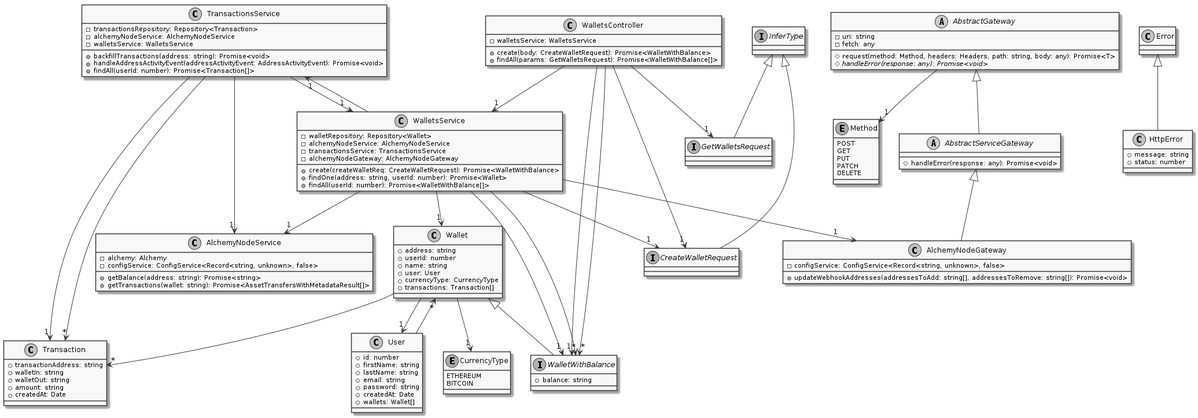
Before: packages/docs/diagrams/generated/class_diagram_eth-edge_wallets.png, a diagram exported from PlantUML (SOEN-490-Capstone/Cryptify).
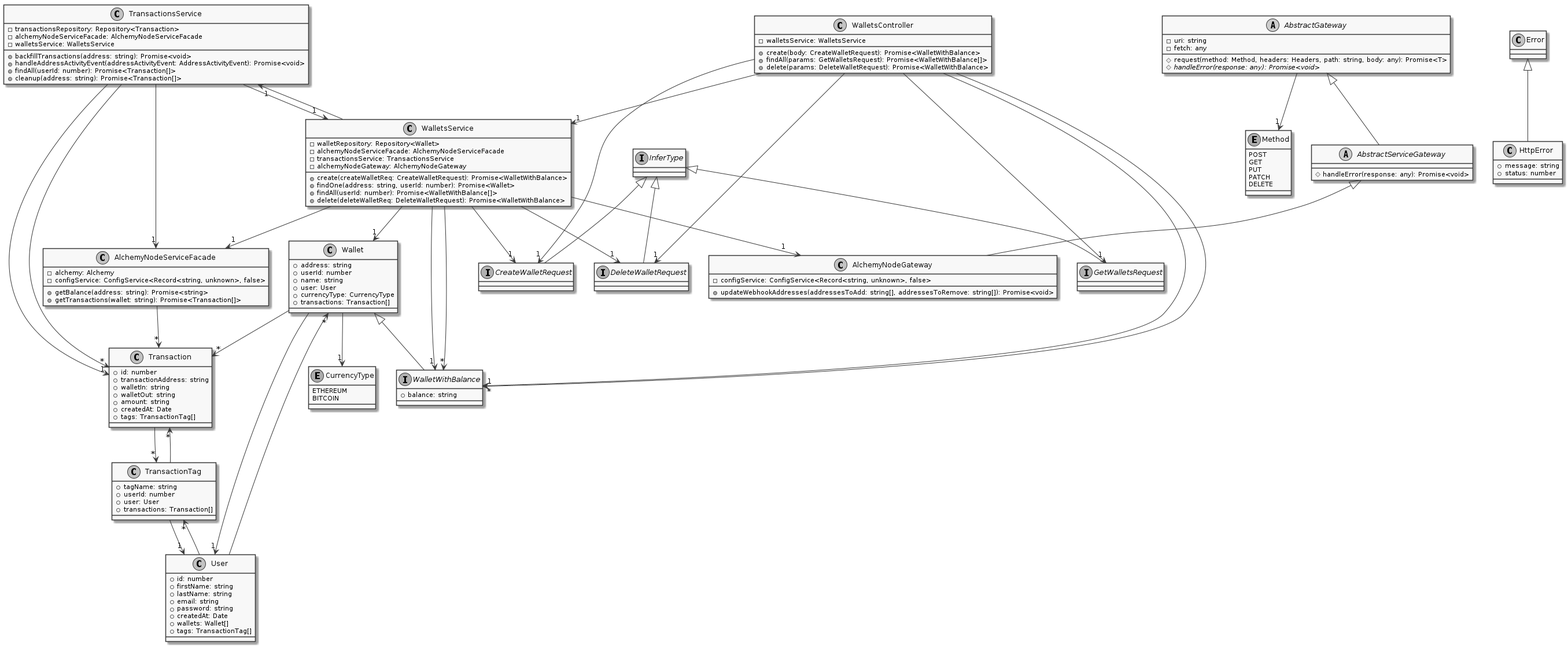
The same file after the commit.

The edit, as a diff of the source:
```diff
@@ -5,6 +5,21 @@
     BITCOIN
 }
 interface CreateWalletRequest extends InferType
+class Transaction {
+    +id: number
+    +transactionAddress: string
+    +walletIn: string
+    +walletOut: string
+    +amount: string
+    +createdAt: Date
+    +tags: TransactionTag[]
+}
+class TransactionTag {
+    +tagName: string
+    +userId: number
+    +user: User
+    +transactions: Transaction[]
+}
 class User {
     +id: number
     +firstName: string
@@ -13,13 +28,7 @@
     +password: string
     +createdAt: Date
     +wallets: Wallet[]
-}
-class Transaction {
-    +transactionAddress: string
-    +walletIn: string
-    +walletOut: string
-    +amount: string
-    +createdAt: Date
+    +tags: TransactionTag[]
 }
 class Wallet {
     +address: string
@@ -29,22 +38,23 @@
     +currencyType: CurrencyType
     +transactions: Transaction[]
 }
-class AlchemyNodeService {
+class AlchemyNodeServiceFacade {
     -alchemy: Alchemy
     -configService: ConfigService<Record<string, unknown>, false>
     +getBalance(address: string): Promise<string>
-    +getTransactions(wallet: string): Promise<AssetTransfersWithMetadataResult[]>
+    +getTransactions(wallet: string): Promise<Transaction[]>
 }
 interface WalletWithBalance extends Wallet {
     +balance: string
 }
 class TransactionsService {
     -transactionsRepository: Repository<Transaction>
-    -alchemyNodeService: AlchemyNodeService
+    -alchemyNodeServiceFacade: AlchemyNodeServiceFacade
     -walletsService: WalletsService
     +backfillTransactions(address: string): Promise<void>
     +handleAddressActivityEvent(addressActivityEvent: AddressActivityEvent): Promise<void>
     +findAll(userId: number): Promise<Transaction[]>
+    +cleanup(address: string): Promise<Transaction[]>
 }
 abstract class AbstractGateway {
     -uri: string
@@ -70,40 +80,50 @@
     -configService: ConfigService<Record<string, unknown>, false>
     +updateWebhookAddresses(addressesToAdd: string[], addressesToRemove: string[]): Promise<void>
 }
+interface DeleteWalletRequest extends InferType
 class WalletsService {
     -walletRepository: Repository<Wallet>
-    -alchemyNodeService: AlchemyNodeService
+    -alchemyNodeServiceFacade: AlchemyNodeServiceFacade
     -transactionsService: TransactionsService
     -alchemyNodeGateway: AlchemyNodeGateway
     +create(createWalletReq: CreateWalletRequest): Promise<WalletWithBalance>
     +findOne(address: string, userId: number): Promise<Wallet>
     +findAll(userId: number): Promise<WalletWithBalance[]>
+    +delete(deleteWalletReq: DeleteWalletRequest): Promise<WalletWithBalance>
 }
 interface GetWalletsRequest extends InferType
 class WalletsController {
     -walletsService: WalletsService
     +create(body: CreateWalletRequest): Promise<WalletWithBalance>
     +findAll(params: GetWalletsRequest): Promise<WalletWithBalance[]>
+    +delete(params: DeleteWalletRequest): Promise<WalletWithBalance>
 }
+Transaction --> "*" TransactionTag
+TransactionTag --> "1" User
+TransactionTag --> "*" Transaction
 User --> "*" Wallet
+User --> "*" TransactionTag
 Wallet --> "1" User
 Wallet --> "1" CurrencyType
 Wallet --> "*" Transaction
+AlchemyNodeServiceFacade --> "*" Transaction
 TransactionsService --> "1" Transaction
-TransactionsService --> "1" AlchemyNodeService
+TransactionsService --> "1" AlchemyNodeServiceFacade
 TransactionsService --> "1" WalletsService
 TransactionsService --> "*" Transaction
 AbstractGateway --> "1" Method
 WalletsService --> "1" Wallet
-WalletsService --> "1" AlchemyNodeService
+WalletsService --> "1" AlchemyNodeServiceFacade
 WalletsService --> "1" TransactionsService
 WalletsService --> "1" AlchemyNodeGateway
 WalletsService --> "1" CreateWalletRequest
 WalletsService --> "1" WalletWithBalance
 WalletsService --> "*" WalletWithBalance
+WalletsService --> "1" DeleteWalletRequest
 WalletsController --> "1" WalletsService
 WalletsController --> "1" CreateWalletRequest
 WalletsController --> "1" WalletWithBalance
 WalletsController --> "1" GetWalletsRequest
 WalletsController --> "*" WalletWithBalance
+WalletsController --> "1" DeleteWalletRequest
 @enduml
```
